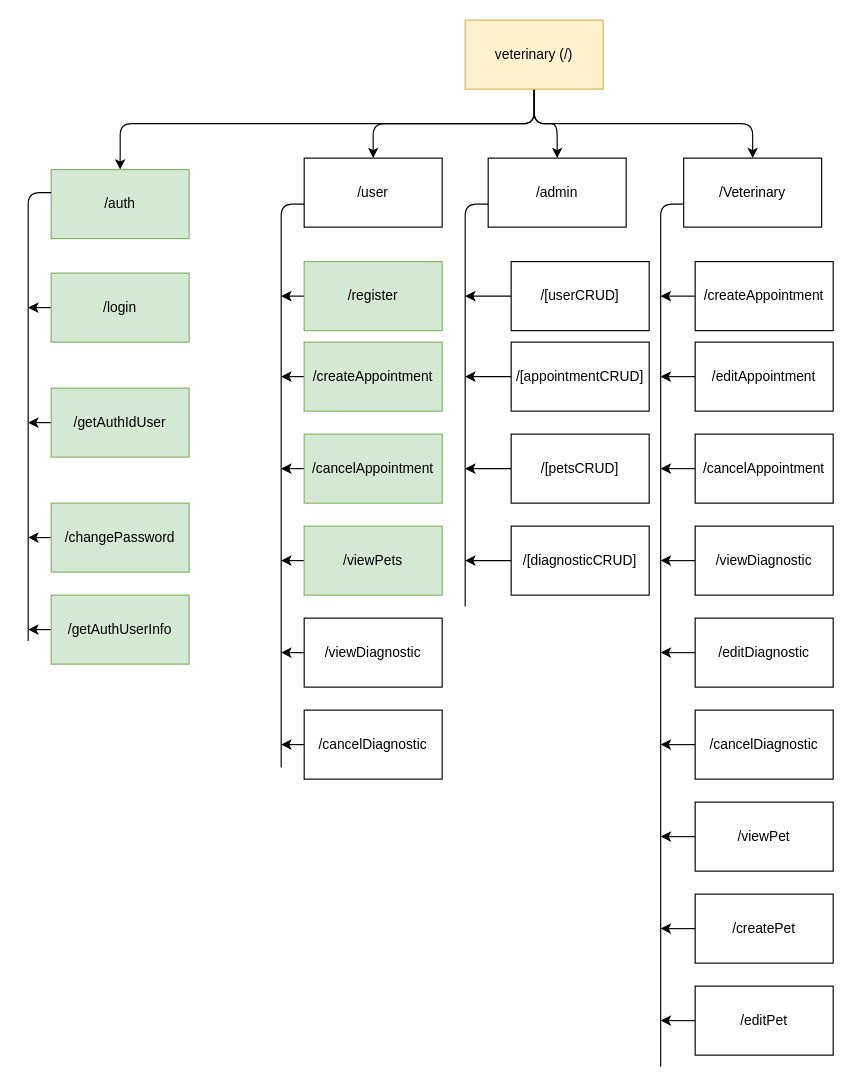
The draw.io diagram diagrams/NAV.drawio in fernandoach/API-VETERINARY, before the edit. Source tidied: cells renumbered, new cells numbered last; positions are measured from the earlier drawing's top-left corner, leaving out a move shared by most shapes. Both pictures are drawn from the tidied source at 115%, with x=0, y=0 at pixel (28, 20).
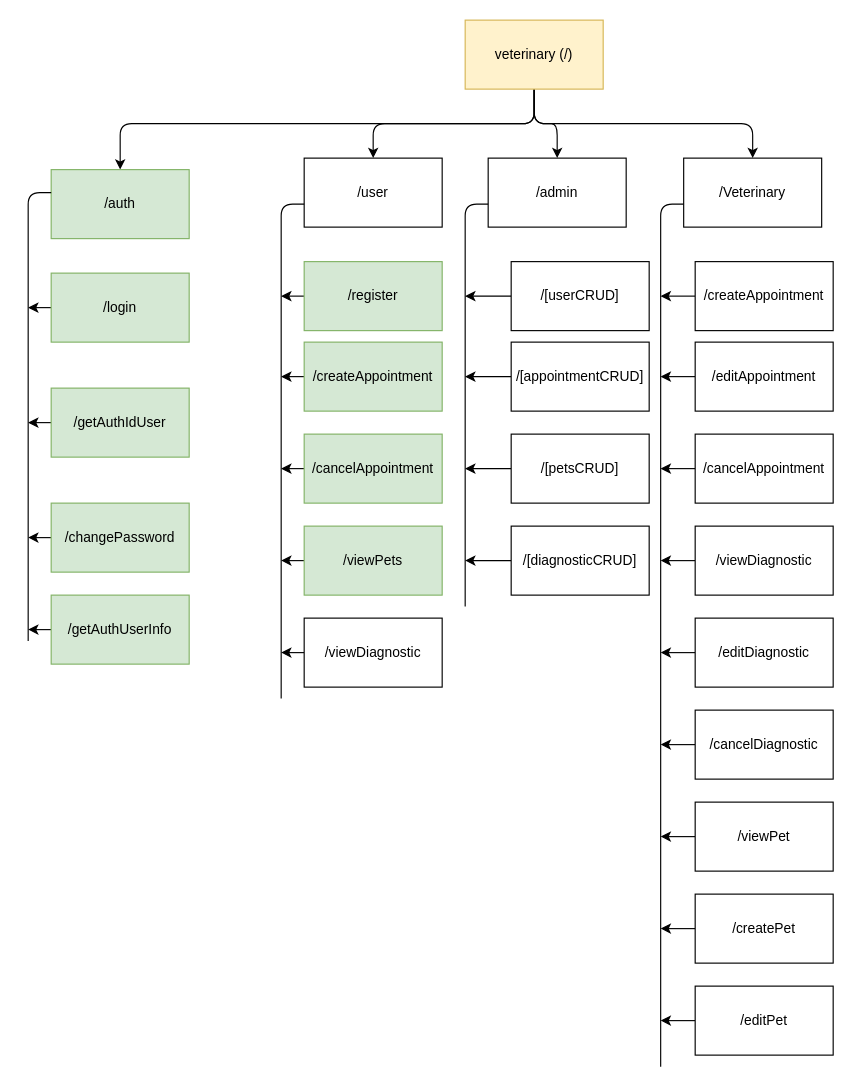
The same diagram, later.

The edit, as a diff of the source:
```diff
@@
-    <mxCell id="36" style="edgeStyle=none;html=1;" parent="1" edge="1" source="37">
-      <mxGeometry relative="1" as="geometry">
-        <mxPoint x="220" y="630" as="targetPoint" />
-      </mxGeometry>
-    </mxCell>
-    <mxCell id="37" value="/cancelDiagnostic" style="rounded=0;whiteSpace=wrap;html=1;" parent="1" vertex="1">
-      <mxGeometry x="240" y="600" width="120" height="60" as="geometry" />
-    </mxCell>
@@
     <mxCell id="52" style="endArrow=none;html=1;" parent="1" edge="1">
       <mxGeometry relative="1" as="geometry">
-        <mxPoint x="220" y="650" as="sourcePoint" />
+        <mxPoint x="220" y="590" as="sourcePoint" />
         <mxPoint x="240" y="160" as="targetPoint" />
         <Array as="points">
           <mxPoint x="220" y="160" />
         </Array>
       </mxGeometry>
     </mxCell>
```
